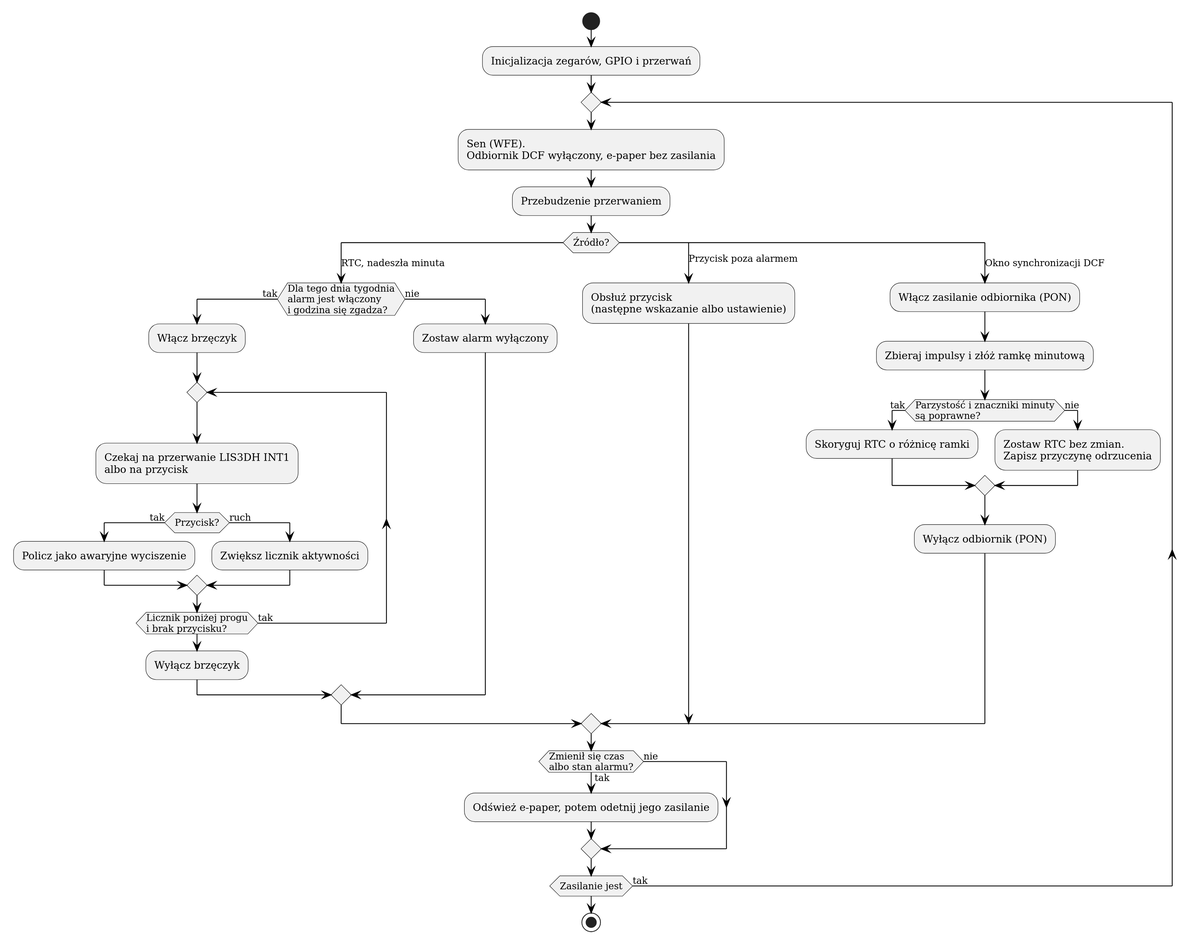
Above: firmware/docs/software-flowchart.svg in mikolajwojcicki/clock-project (PlantUML), before the change.
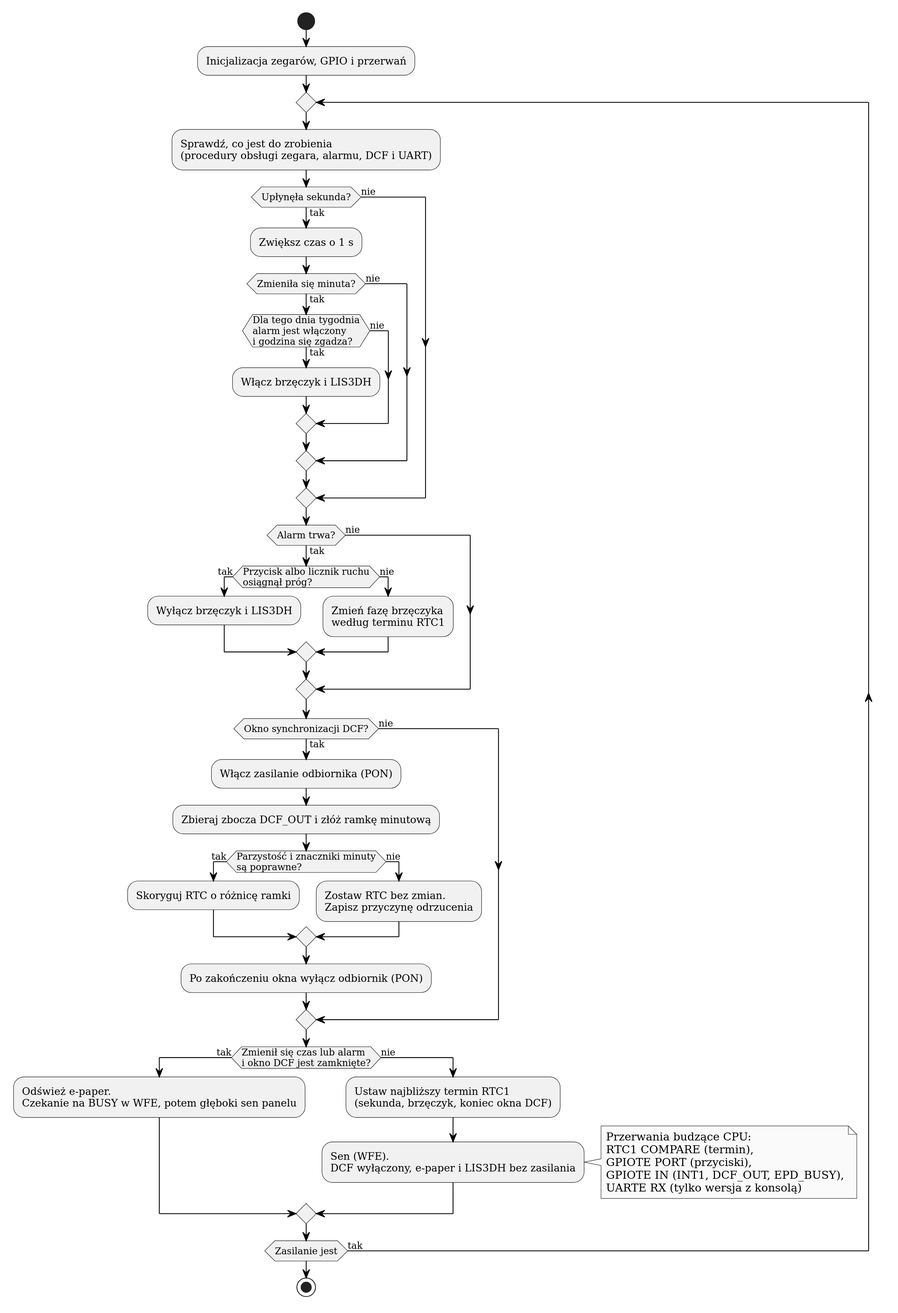
After the commit.

Commit message:
firmware: redraw flowchart for the WFE and RTC1-deadline loop

The old chart showed a switch on wake source, but the code runs every
handler per pass, arms the earliest RTC1 deadline in arm_wake() and
sleeps in board_sleep() (SEV+WFE). Chart now shows that loop, the
power-gated peripherals during sleep and the wake interrupts (RTC1
COMPARE, GPIOTE PORT/IN, UARTE RX in the console build).
Design.md planned s_events bits; they were never needed, so the chart
follows the code. Rendered with PlantUML + rsvg-convert (nix-shell).

What changed in the source:
```diff
@@ -5,6 +5,7 @@
 skinparam defaultFontName DejaVu Serif
 skinparam activityFontName DejaVu Serif
 skinparam activityDiamondFontName DejaVu Serif
+skinparam noteFontName DejaVu Serif
 skinparam dpi 160
 skinparam ActivityBorderColor black
 skinparam ActivityDiamondBorderColor black
@@ -13,44 +14,53 @@
 start
 :Inicjalizacja zegarów, GPIO i przerwań;
 repeat
-  :Sen (WFE).\nOdbiornik DCF wyłączony, e-paper bez zasilania;
-  :Przebudzenie przerwaniem;
+  :Sprawdź, co jest do zrobienia\n(procedury obsługi zegara, alarmu, DCF i UART);
 
-  switch (Źródło?)
-  case (RTC, nadeszła minuta)
-    if (Dla tego dnia tygodnia\nalarm jest włączony\ni godzina się zgadza?) then (tak)
-      :Włącz brzęczyk;
-      repeat
-        :Czekaj na przerwanie LIS3DH INT1\nalbo na przycisk;
-        if (Przycisk?) then (tak)
-          :Policz jako awaryjne wyciszenie;
-        else (ruch)
-          :Zwiększ licznik aktywności;
-        endif
-      repeat while (Licznik poniżej progu\ni brak przycisku?) is (tak)
-      :Wyłącz brzęczyk;
+  if (Upłynęła sekunda?) then (tak)
+    :Zwiększ czas o 1 s;
+    if (Zmieniła się minuta?) then (tak)
+      if (Dla tego dnia tygodnia\nalarm jest włączony\ni godzina się zgadza?) then (tak)
+        :Włącz brzęczyk i LIS3DH;
+      else (nie)
+      endif
     else (nie)
-      :Zostaw alarm wyłączony;
     endif
+  else (nie)
+  endif
 
-  case (Przycisk poza alarmem)
-    :Obsłuż przycisk\n(następne wskazanie albo ustawienie);
+  if (Alarm trwa?) then (tak)
+    if (Przycisk albo licznik ruchu\nosiągnął próg?) then (tak)
+      :Wyłącz brzęczyk i LIS3DH;
+    else (nie)
+      :Zmień fazę brzęczyka\nwedług terminu RTC1;
+    endif
+  else (nie)
+  endif
 
-  case (Okno synchronizacji DCF)
+  if (Okno synchronizacji DCF?) then (tak)
     :Włącz zasilanie odbiornika (PON);
-    :Zbieraj impulsy i złóż ramkę minutową;
+    :Zbieraj zbocza DCF_OUT i złóż ramkę minutową;
     if (Parzystość i znaczniki minuty\nsą poprawne?) then (tak)
       :Skoryguj RTC o różnicę ramki;
     else (nie)
       :Zostaw RTC bez zmian.\nZapisz przyczynę odrzucenia;
     endif
-    :Wyłącz odbiornik (PON);
+    :Po zakończeniu okna wyłącz odbiornik (PON);
+  else (nie)
+  endif
 
-  endswitch
-
-  if (Zmienił się czas\nalbo stan alarmu?) then (tak)
-    :Odśwież e-paper, potem odetnij jego zasilanie;
+  if (Zmienił się czas lub alarm\ni okno DCF jest zamknięte?) then (tak)
+    :Odśwież e-paper.\nCzekanie na BUSY w WFE, potem głęboki sen panelu;
   else (nie)
+    :Ustaw najbliższy termin RTC1\n(sekunda, brzęczyk, koniec okna DCF);
+    :Sen (WFE).\nDCF wyłączony, e-paper i LIS3DH bez zasilania;
+    note right
+      Przerwania budzące CPU:
+      RTC1 COMPARE (termin),
+      GPIOTE PORT (przyciski),
+      GPIOTE IN (INT1, DCF_OUT, EPD_BUSY),
+      UARTE RX (tylko wersja z konsolą)
+    end note
   endif
 repeat while (Zasilanie jest) is (tak)
 stop
```
